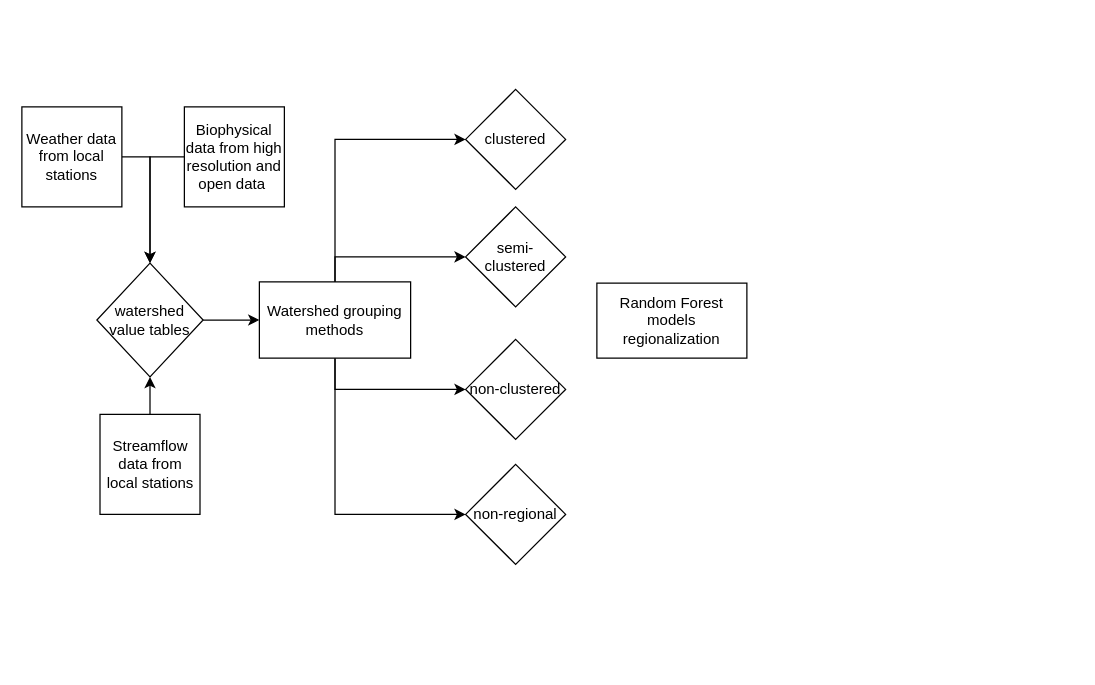
Above: streamflow_new.drawio in arnanaraza/diagrams (draw.io), before the change. Source tidied: cells renumbered, new cells numbered last; positions are measured from the earlier drawing's top-left corner, leaving out a move shared by most shapes. Both pictures are drawn from the tidied source at 125%, with x=0, y=0 at pixel (21, 89).
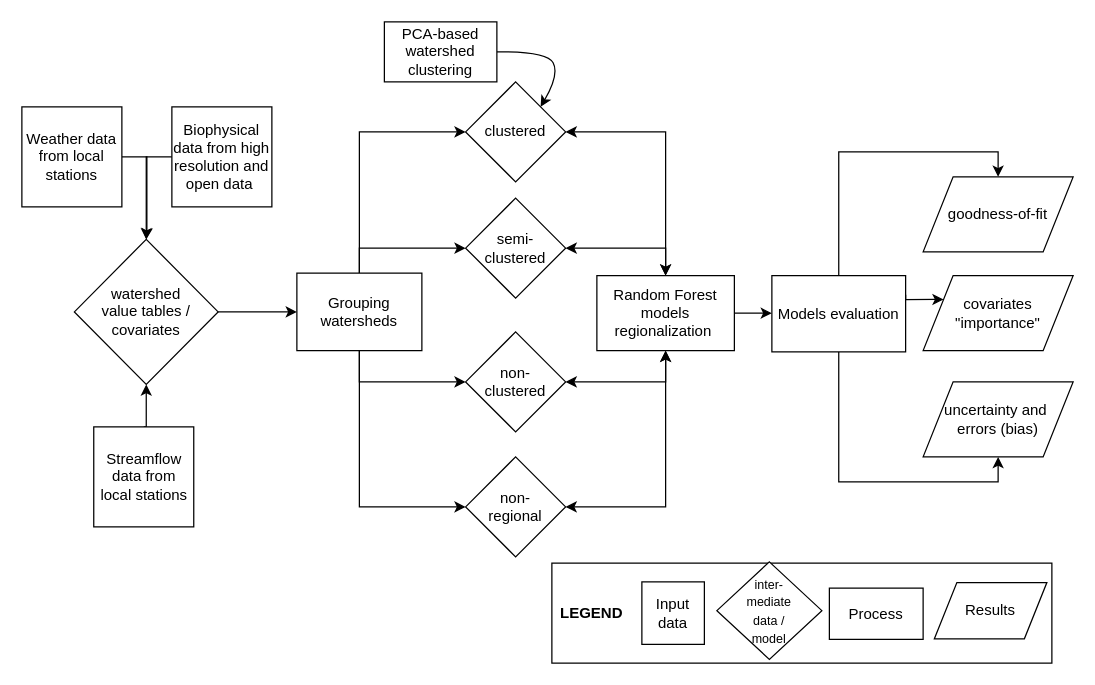
The same page after the edit.

The change refers to these unchanged cells:
```xml
<mxCell id="13" value="&lt;span&gt;Weather data from local stations&lt;/span&gt;" style="whiteSpace=wrap;html=1;" parent="1" vertex="1">
  <mxGeometry y="14" width="80" height="80" as="geometry" />
</mxCell>
```

Diff of the diagram source:
```diff
@@
+    <mxCell id="20" style="rounded=0;whiteSpace=wrap;html=1;" parent="1" vertex="1">
+      <mxGeometry x="424" y="379" width="400" height="80" as="geometry" />
+    </mxCell>
@@
-    <mxCell id="6" value="Watershed grouping methods" style="rounded=0;whiteSpace=wrap;html=1;" parent="1" vertex="1">
-      <mxGeometry x="190" y="154" width="121" height="61" as="geometry" />
+    <mxCell id="6" value="Grouping watersheds" style="rounded=0;whiteSpace=wrap;html=1;" parent="1" vertex="1">
+      <mxGeometry x="220" y="147" width="100" height="62" as="geometry" />
     </mxCell>
+    <mxCell id="21" style="edgeStyle=orthogonalEdgeStyle;rounded=0;jettySize=auto;html=1;exitX=0.5;exitY=1;exitDx=0;exitDy=0;entryX=1;entryY=0.5;entryDx=0;entryDy=0;startArrow=classic;startFill=1;endArrow=classic;endFill=1;" parent="1" edge="1" source="7" target="19">
+      <mxGeometry relative="1" as="geometry" />
+    </mxCell>
+    <mxCell id="22" style="edgeStyle=orthogonalEdgeStyle;rounded=0;jettySize=auto;html=1;exitX=0.5;exitY=1;exitDx=0;exitDy=0;entryX=1;entryY=0.5;entryDx=0;entryDy=0;startArrow=classic;startFill=1;endArrow=classic;endFill=1;" parent="1" edge="1" source="7" target="18">
+      <mxGeometry relative="1" as="geometry" />
+    </mxCell>
+    <mxCell id="23" style="edgeStyle=orthogonalEdgeStyle;rounded=0;jettySize=auto;html=1;exitX=0.5;exitY=0;exitDx=0;exitDy=0;entryX=1;entryY=0.5;entryDx=0;entryDy=0;startArrow=classic;startFill=1;endArrow=classic;endFill=1;" parent="1" edge="1" source="7" target="17">
+      <mxGeometry relative="1" as="geometry" />
+    </mxCell>
+    <mxCell id="24" style="edgeStyle=orthogonalEdgeStyle;rounded=0;jettySize=auto;html=1;exitX=1;exitY=0.5;exitDx=0;exitDy=0;entryX=0;entryY=0.5;entryDx=0;entryDy=0;startArrow=none;startFill=0;endArrow=classic;endFill=1;" parent="1" edge="1" source="7" target="29">
+      <mxGeometry relative="1" as="geometry" />
+    </mxCell>
-    <mxCell id="7" value="Random Forest models regionalization" style="rounded=0;whiteSpace=wrap;html=1;" parent="1" vertex="1">
-      <mxGeometry x="460" y="155" width="120" height="60" as="geometry" />
+    <mxCell id="7" value="Random Forest models regionalization&amp;nbsp;" style="rounded=0;whiteSpace=wrap;html=1;" parent="1" vertex="1">
+      <mxGeometry x="460" y="149" width="110" height="60" as="geometry" />
     </mxCell>
-    <mxCell id="8" style="edgeStyle=orthogonalEdgeStyle;rounded=0;jettySize=auto;html=1;exitX=1;exitY=0.5;exitDx=0;exitDy=0;entryX=0;entryY=0.5;entryDx=0;entryDy=0;" parent="1" edge="1" source="9" target="6">
+    <mxCell id="8" style="edgeStyle=orthogonalEdgeStyle;rounded=0;jettySize=auto;html=1;exitX=1;exitY=0.5;exitDx=0;exitDy=0;entryX=0;entryY=0.5;entryDx=0;entryDy=0;startArrow=none;startFill=0;endArrow=classic;endFill=1;" parent="1" edge="1" source="9" target="6">
       <mxGeometry relative="1" as="geometry" />
     </mxCell>
-    <mxCell id="9" value="watershed value tables" style="rhombus;whiteSpace=wrap;html=1;" parent="1" vertex="1">
-      <mxGeometry x="60" y="139" width="85" height="91" as="geometry" />
+    <mxCell id="9" value="watershed &lt;br&gt;value tables / covariates" style="rhombus;whiteSpace=wrap;html=1;" parent="1" vertex="1">
+      <mxGeometry x="42" y="120" width="115" height="116" as="geometry" />
     </mxCell>
-    <mxCell id="10" style="edgeStyle=orthogonalEdgeStyle;rounded=0;jettySize=auto;html=1;exitX=0;exitY=0.5;exitDx=0;exitDy=0;entryX=0.5;entryY=0;entryDx=0;entryDy=0;" parent="1" edge="1" source="11" target="9">
+    <mxCell id="10" style="edgeStyle=orthogonalEdgeStyle;rounded=0;jettySize=auto;html=1;exitX=0;exitY=0.5;exitDx=0;exitDy=0;entryX=0.5;entryY=0;entryDx=0;entryDy=0;startArrow=none;startFill=0;endArrow=classic;endFill=1;" parent="1" edge="1" source="11" target="9">
       <mxGeometry relative="1" as="geometry" />
     </mxCell>
     <mxCell id="11" value="&lt;span&gt;Biophysical data from high resolution and open data&amp;nbsp;&lt;/span&gt;" style="whiteSpace=wrap;html=1;" parent="1" vertex="1">
-      <mxGeometry x="130" y="14" width="80" height="80" as="geometry" />
+      <mxGeometry x="120" y="14" width="80" height="80" as="geometry" />
     </mxCell>
-    <mxCell id="12" style="edgeStyle=orthogonalEdgeStyle;rounded=0;jettySize=auto;html=1;exitX=1;exitY=0.5;exitDx=0;exitDy=0;entryX=0.5;entryY=0;entryDx=0;entryDy=0;" parent="1" edge="1" source="13" target="9">
+    <mxCell id="12" style="edgeStyle=orthogonalEdgeStyle;rounded=0;jettySize=auto;html=1;exitX=1;exitY=0.5;exitDx=0;exitDy=0;entryX=0.5;entryY=0;entryDx=0;entryDy=0;startArrow=none;startFill=0;endArrow=classic;endFill=1;" parent="1" edge="1" source="13" target="9">
       <mxGeometry relative="1" as="geometry" />
     </mxCell>
@@
     <mxCell id="15" value="&lt;span&gt;Streamflow data from local stations&lt;/span&gt;" style="whiteSpace=wrap;html=1;" parent="1" vertex="1">
-      <mxGeometry x="62.5" y="260" width="80" height="80" as="geometry" />
+      <mxGeometry x="57.5" y="270" width="80" height="80" as="geometry" />
     </mxCell>
+    <mxCell id="25" style="edgeStyle=orthogonalEdgeStyle;rounded=0;jettySize=auto;html=1;exitX=1;exitY=0.5;exitDx=0;exitDy=0;entryX=0.5;entryY=0;entryDx=0;entryDy=0;endArrow=classic;endFill=1;startArrow=classic;startFill=1;" parent="1" edge="1" source="16" target="7">
+      <mxGeometry relative="1" as="geometry" />
+    </mxCell>
     <mxCell id="16" value="clustered" style="rhombus;whiteSpace=wrap;html=1;" parent="1" vertex="1">
-      <mxGeometry x="355" width="80" height="80" as="geometry" />
+      <mxGeometry x="355" y="-6" width="80" height="80" as="geometry" />
     </mxCell>
     <mxCell id="17" value="semi-clustered" style="rhombus;whiteSpace=wrap;html=1;" parent="1" vertex="1">
-      <mxGeometry x="355" y="94" width="80" height="80" as="geometry" />
+      <mxGeometry x="355" y="87" width="80" height="80" as="geometry" />
     </mxCell>
-    <mxCell id="18" value="non-clustered" style="rhombus;whiteSpace=wrap;html=1;" parent="1" vertex="1">
-      <mxGeometry x="355" y="200" width="80" height="80" as="geometry" />
+    <mxCell id="18" value="non-&lt;br&gt;clustered" style="rhombus;whiteSpace=wrap;html=1;" parent="1" vertex="1">
+      <mxGeometry x="355" y="194" width="80" height="80" as="geometry" />
     </mxCell>
-    <mxCell id="19" value="non-regional" style="rhombus;whiteSpace=wrap;html=1;" parent="1" vertex="1">
-      <mxGeometry x="355" y="300" width="80" height="80" as="geometry" />
+    <mxCell id="19" value="non-&lt;br&gt;regional" style="rhombus;whiteSpace=wrap;html=1;" parent="1" vertex="1">
+      <mxGeometry x="355" y="294" width="80" height="80" as="geometry" />
     </mxCell>
+    <mxCell id="26" style="edgeStyle=orthogonalEdgeStyle;rounded=0;jettySize=auto;html=1;exitX=0.5;exitY=0;exitDx=0;exitDy=0;entryX=0.5;entryY=0;entryDx=0;entryDy=0;startArrow=none;startFill=0;endArrow=classic;endFill=1;" parent="1" edge="1" source="29" target="31">
+      <mxGeometry relative="1" as="geometry" />
+    </mxCell>
+    <mxCell id="27" style="edgeStyle=orthogonalEdgeStyle;rounded=0;jettySize=auto;html=1;exitX=0.5;exitY=1;exitDx=0;exitDy=0;entryX=0.5;entryY=1;entryDx=0;entryDy=0;startArrow=none;startFill=0;endArrow=classic;endFill=1;" parent="1" edge="1" source="29" target="33">
+      <mxGeometry relative="1" as="geometry" />
+    </mxCell>
+    <mxCell id="28" style="edgeStyle=orthogonalEdgeStyle;rounded=0;jettySize=auto;html=1;exitX=1;exitY=0.25;exitDx=0;exitDy=0;entryX=0;entryY=0.25;entryDx=0;entryDy=0;startArrow=none;startFill=0;endArrow=classic;endFill=1;" parent="1" edge="1" source="29" target="32">
+      <mxGeometry relative="1" as="geometry">
+        <Array as="points">
+          <mxPoint x="707" y="168" />
+        </Array>
+      </mxGeometry>
+    </mxCell>
+    <mxCell id="29" value="Models evaluation" style="rounded=0;whiteSpace=wrap;html=1;" parent="1" vertex="1">
+      <mxGeometry x="600" y="149" width="107" height="61" as="geometry" />
+    </mxCell>
+    <mxCell id="30" style="curved=1;endArrow=classic;html=1;exitX=1;exitY=0.5;exitDx=0;exitDy=0;entryX=1;entryY=0;entryDx=0;entryDy=0;" parent="1" edge="1" source="39" target="16">
+      <mxGeometry relative="1" as="geometry">
+        <Array as="points">
+          <mxPoint x="420" y="-30.5" />
+          <mxPoint x="430" y="-12" />
+        </Array>
+      </mxGeometry>
+    </mxCell>
+    <mxCell id="31" value="goodness-of-fit" style="shape=parallelogram;perimeter=parallelogramPerimeter;whiteSpace=wrap;html=1;" parent="1" vertex="1">
+      <mxGeometry x="721" y="70" width="120" height="60" as="geometry" />
+    </mxCell>
+    <mxCell id="32" value="covariates &quot;importance&quot;" style="shape=parallelogram;perimeter=parallelogramPerimeter;whiteSpace=wrap;html=1;" parent="1" vertex="1">
+      <mxGeometry x="721" y="149" width="120" height="60" as="geometry" />
+    </mxCell>
+    <mxCell id="33" value="uncertainty and&amp;nbsp;&lt;br&gt;errors (bias)" style="shape=parallelogram;perimeter=parallelogramPerimeter;whiteSpace=wrap;html=1;" parent="1" vertex="1">
+      <mxGeometry x="721" y="234" width="120" height="60" as="geometry" />
+    </mxCell>
+    <mxCell id="34" value="&lt;span&gt;Input data&lt;/span&gt;" style="whiteSpace=wrap;html=1;" parent="1" vertex="1">
+      <mxGeometry x="496" y="394" width="50" height="50" as="geometry" />
+    </mxCell>
+    <mxCell id="35" value="&lt;font style=&quot;font-size: 10px&quot;&gt;inter-&lt;br&gt;mediate &lt;br&gt;data /&lt;br&gt;model&lt;/font&gt;" style="rhombus;whiteSpace=wrap;html=1;" parent="1" vertex="1">
+      <mxGeometry x="556" y="378" width="84" height="78" as="geometry" />
+    </mxCell>
+    <mxCell id="36" value="Process" style="rounded=0;whiteSpace=wrap;html=1;" parent="1" vertex="1">
+      <mxGeometry x="646" y="399" width="75" height="41" as="geometry" />
+    </mxCell>
+    <mxCell id="37" value="Results" style="shape=parallelogram;perimeter=parallelogramPerimeter;whiteSpace=wrap;html=1;" parent="1" vertex="1">
+      <mxGeometry x="730" y="394.5" width="90" height="45" as="geometry" />
+    </mxCell>
+    <mxCell id="38" value="LEGEND" style="text;html=1;strokeColor=none;fillColor=none;align=center;verticalAlign=middle;whiteSpace=wrap;rounded=0;fontStyle=1;" parent="1" vertex="1">
+      <mxGeometry x="436" y="409" width="40" height="20" as="geometry" />
+    </mxCell>
+    <mxCell id="39" value="PCA-based watershed clustering" style="rounded=0;whiteSpace=wrap;html=1;" parent="1" vertex="1">
+      <mxGeometry x="290" y="-54" width="90" height="48" as="geometry" />
+    </mxCell>
```
